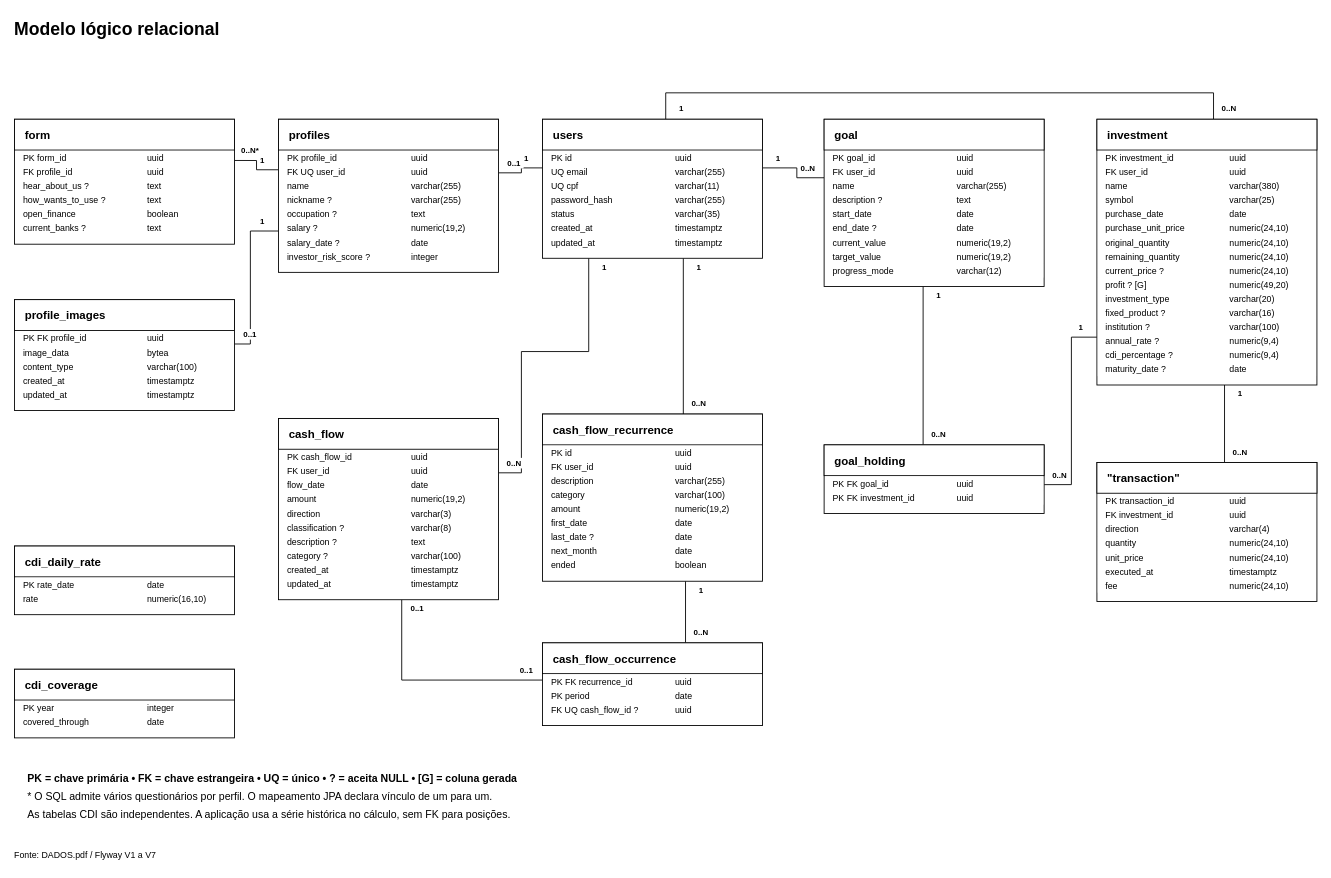
Above: page "Modelo lógico relacional" (2 of 2) of docs/MODELAGEM.drawio in WiseJao/InvesteAI (draw.io), before the change. Source tidied: cells renumbered, new cells numbered last; positions are measured from the earlier drawing's top-left corner, leaving out a move shared by most shapes. Both pictures are drawn from the tidied source at 88%, with x=0, y=0 at pixel (14, 14).
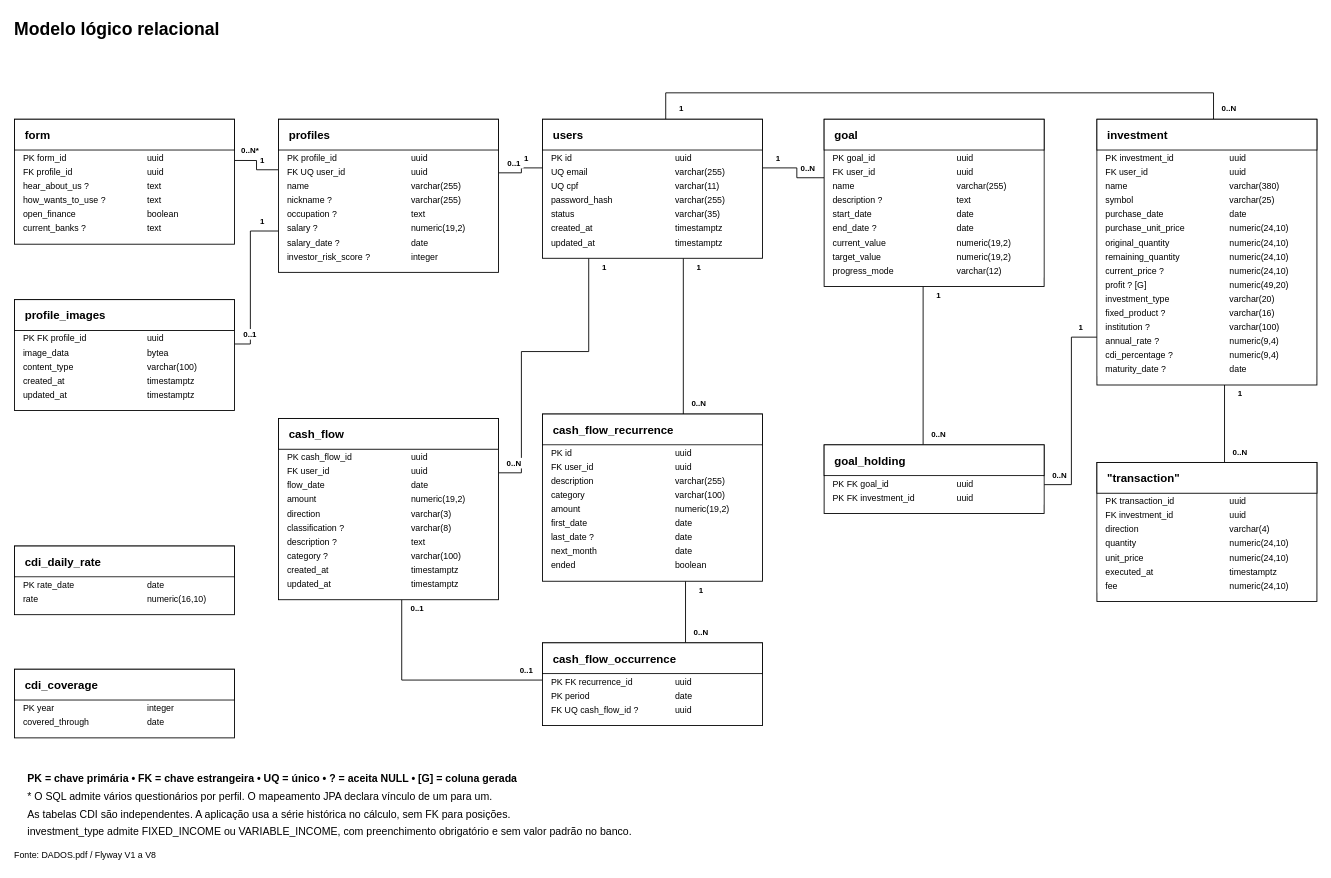
Above is the later version.

Change to the diagram source:
```diff
@@
+    <mxCell id="241" value="investment_type admite FIXED_INCOME ou VARIABLE_INCOME, com preenchimento obrigatório e sem valor padrão no banco." style="text;html=0;strokeColor=none;fillColor=none;verticalAlign=middle;align=left;spacing=0;fontSize=12;fontColor=#000000;fontStyle=0;" parent="1" vertex="1">
+      <mxGeometry x="15" y="918" width="1400" height="20" as="geometry" />
+    </mxCell>
-    <mxCell id="240" value="Fonte: DADOS.pdf  /  Flyway V1 a V7" style="text;html=0;strokeColor=none;fillColor=none;verticalAlign=middle;align=left;spacing=0;fontSize=10;fontColor=#000000;fontStyle=0;" parent="1" vertex="1">
+    <mxCell id="240" value="Fonte: DADOS.pdf  /  Flyway V1 a V8" style="text;html=0;strokeColor=none;fillColor=none;verticalAlign=middle;align=left;spacing=0;fontSize=10;fontColor=#000000;fontStyle=0;" parent="1" vertex="1">
       <mxGeometry y="945" width="900" height="20" as="geometry" />
     </mxCell>
```
